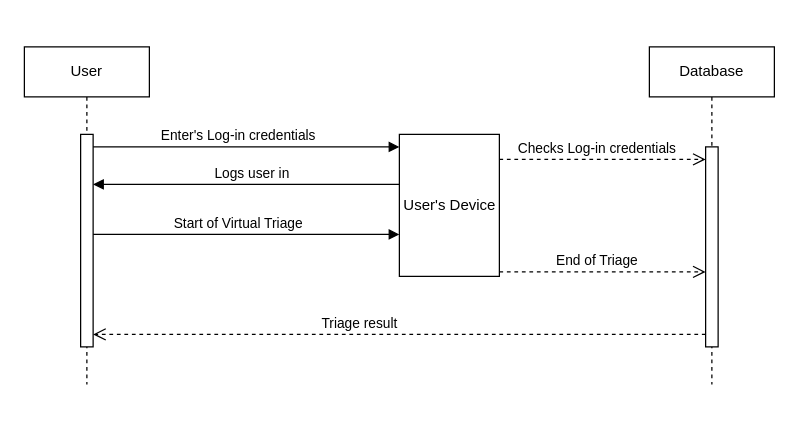
uvic-teach/project-m1-team8 keeps this draw.io diagram as Untitled Diagram.drawio. Above is the earlier version. Source tidied: cells renumbered, new cells numbered last; positions are measured from the earlier drawing's top-left corner, leaving out a move shared by most shapes. Both pictures are drawn from the tidied source at 125%, with x=0, y=0 at pixel (24, 46).
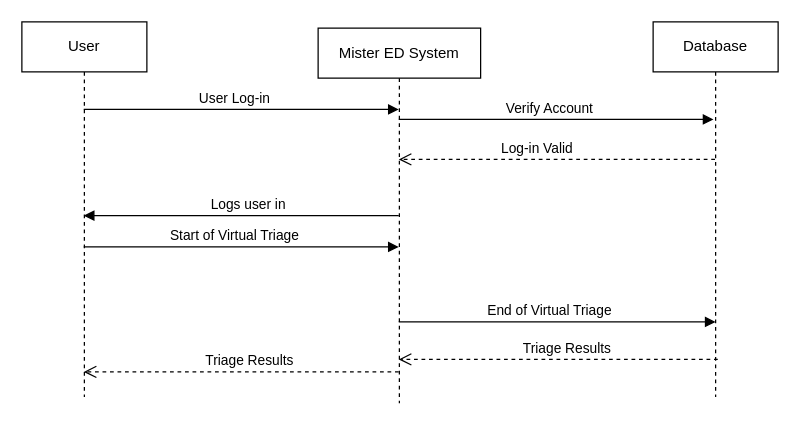
The same page after the edit.

The edit, as a diff of the source:
```diff
@@
-    <mxCell id="2" value="User" style="shape=umlLifeline;perimeter=lifelinePerimeter;whiteSpace=wrap;html=1;outlineConnect=0;portConstraint=eastwest;newEdgeStyle={&quot;edgeStyle&quot;:&quot;elbowEdgeStyle&quot;,&quot;elbow&quot;:&quot;vertical&quot;,&quot;curved&quot;:0,&quot;rounded&quot;:0};" parent="1" vertex="1">
-      <mxGeometry width="100" height="270" as="geometry" />
-    </mxCell>
-    <mxCell id="3" style="html=1;points=[];perimeter=orthogonalPerimeter;outlineConnect=0;targetShapes=umlLifeline;portConstraint=eastwest;newEdgeStyle={&quot;edgeStyle&quot;:&quot;elbowEdgeStyle&quot;,&quot;elbow&quot;:&quot;vertical&quot;,&quot;curved&quot;:0,&quot;rounded&quot;:0};" parent="2" vertex="1">
-      <mxGeometry x="45" y="70" width="10" height="170" as="geometry" />
-    </mxCell>
-    <mxCell id="4" value="Database" style="shape=umlLifeline;perimeter=lifelinePerimeter;whiteSpace=wrap;html=1;outlineConnect=0;portConstraint=eastwest;newEdgeStyle={&quot;edgeStyle&quot;:&quot;elbowEdgeStyle&quot;,&quot;elbow&quot;:&quot;vertical&quot;,&quot;curved&quot;:0,&quot;rounded&quot;:0};" parent="1" vertex="1">
-      <mxGeometry x="500" width="100" height="270" as="geometry" />
-    </mxCell>
-    <mxCell id="5" style="html=1;points=[];perimeter=orthogonalPerimeter;outlineConnect=0;targetShapes=umlLifeline;portConstraint=eastwest;newEdgeStyle={&quot;edgeStyle&quot;:&quot;elbowEdgeStyle&quot;,&quot;elbow&quot;:&quot;vertical&quot;,&quot;curved&quot;:0,&quot;rounded&quot;:0};" parent="4" vertex="1">
-      <mxGeometry x="45" y="80" width="10" height="160" as="geometry" />
-    </mxCell>
-    <mxCell id="6" value="Enter's Log-in credentials" style="html=1;verticalAlign=bottom;endArrow=block;edgeStyle=elbowEdgeStyle;elbow=vertical;curved=0;rounded=0;" parent="1" edge="1" source="3" target="10">
+    <mxCell id="6" value="User Log-in" style="html=1;verticalAlign=bottom;endArrow=block;edgeStyle=elbowEdgeStyle;elbow=vertical;curved=0;rounded=0;" parent="1" edge="1" source="2" target="13">
       <mxGeometry x="-0.05" relative="1" as="geometry">
         <Array as="points">
-          <mxPoint x="160" y="80" />
+          <mxPoint x="128" y="50" />
         </Array>
       </mxGeometry>
     </mxCell>
-    <mxCell id="7" value="Triage result" style="html=1;verticalAlign=bottom;endArrow=open;dashed=1;endSize=8;edgeStyle=elbowEdgeStyle;elbow=vertical;curved=0;rounded=0;" parent="1" edge="1" source="5" target="3">
+    <mxCell id="7" value="Log-in Valid" style="html=1;verticalAlign=bottom;endArrow=open;dashed=1;endSize=8;edgeStyle=elbowEdgeStyle;elbow=vertical;curved=0;rounded=0;" parent="1" edge="1" source="4" target="13">
       <mxGeometry x="0.13" relative="1" as="geometry">
         <Array as="points">
-          <mxPoint x="280" y="230" />
+          <mxPoint x="498" y="90" />
         </Array>
       </mxGeometry>
     </mxCell>
-    <mxCell id="8" value="Logs user in" style="html=1;verticalAlign=bottom;endArrow=block;edgeStyle=elbowEdgeStyle;elbow=vertical;curved=0;rounded=0;" parent="1" edge="1" source="10" target="3">
+    <mxCell id="8" value="Logs user in" style="html=1;verticalAlign=bottom;endArrow=block;edgeStyle=elbowEdgeStyle;elbow=vertical;curved=0;rounded=0;" parent="1" edge="1" source="13" target="2">
       <mxGeometry x="-0.04" relative="1" as="geometry">
         <Array as="points">
-          <mxPoint x="200" y="110" />
+          <mxPoint x="248" y="105" />
         </Array>
       </mxGeometry>
     </mxCell>
-    <mxCell id="9" value="End of Triage" style="html=1;verticalAlign=bottom;endArrow=open;dashed=1;endSize=8;edgeStyle=elbowEdgeStyle;elbow=vertical;curved=0;rounded=0;" parent="1" edge="1" source="10" target="5">
+    <mxCell id="9" value="Triage Results" style="html=1;verticalAlign=bottom;endArrow=open;dashed=1;endSize=8;edgeStyle=elbowEdgeStyle;elbow=vertical;curved=0;rounded=0;exitX=0.517;exitY=0.9;exitDx=0;exitDy=0;exitPerimeter=0;" parent="1" edge="1" source="4" target="13">
       <mxGeometry x="-0.05" relative="1" as="geometry">
         <Array as="points">
-          <mxPoint x="390" y="180" />
-          <mxPoint x="260" y="220" />
+          <mxPoint x="333" y="250" />
+          <mxPoint x="203" y="290" />
         </Array>
       </mxGeometry>
     </mxCell>
-    <mxCell id="10" value="User's Device" style="html=1;points=[];perimeter=orthogonalPerimeter;outlineConnect=0;targetShapes=umlLifeline;portConstraint=eastwest;newEdgeStyle={&quot;edgeStyle&quot;:&quot;elbowEdgeStyle&quot;,&quot;elbow&quot;:&quot;vertical&quot;,&quot;curved&quot;:0,&quot;rounded&quot;:0};" parent="1" vertex="1">
-      <mxGeometry x="300" y="70" width="80" height="113.6" as="geometry" />
-    </mxCell>
-    <mxCell id="11" value="Checks Log-in credentials" style="html=1;verticalAlign=bottom;endArrow=open;dashed=1;endSize=8;edgeStyle=elbowEdgeStyle;elbow=vertical;curved=0;rounded=0;" parent="1" edge="1">
-      <mxGeometry x="-0.05" relative="1" as="geometry">
-        <mxPoint x="380" y="90" as="sourcePoint" />
-        <mxPoint x="545" y="90" as="targetPoint" />
-        <Array as="points">
-          <mxPoint x="390" y="90" />
-          <mxPoint x="260" y="130" />
-        </Array>
-      </mxGeometry>
-    </mxCell>
-    <mxCell id="12" value="Start of Virtual Triage" style="html=1;verticalAlign=bottom;endArrow=block;edgeStyle=elbowEdgeStyle;elbow=vertical;curved=0;rounded=0;" parent="1" edge="1">
+    <mxCell id="12" value="Start of Virtual Triage" style="html=1;verticalAlign=bottom;endArrow=block;edgeStyle=elbowEdgeStyle;elbow=vertical;curved=0;rounded=0;" parent="1" edge="1" source="2" target="13">
       <mxGeometry x="-0.05" relative="1" as="geometry">
-        <mxPoint x="55" y="150" as="sourcePoint" />
-        <mxPoint x="300" y="150" as="targetPoint" />
         <Array as="points">
-          <mxPoint x="160" y="150" />
+          <mxPoint x="138" y="160" />
         </Array>
       </mxGeometry>
     </mxCell>
+    <mxCell id="13" value="Mister ED System" style="shape=umlLifeline;perimeter=lifelinePerimeter;whiteSpace=wrap;html=1;outlineConnect=0;portConstraint=eastwest;newEdgeStyle={&quot;edgeStyle&quot;:&quot;elbowEdgeStyle&quot;,&quot;elbow&quot;:&quot;vertical&quot;,&quot;curved&quot;:0,&quot;rounded&quot;:0};" parent="1" vertex="1">
+      <mxGeometry x="235" y="-15" width="130" height="300" as="geometry" />
+    </mxCell>
+    <mxCell id="2" value="User" style="shape=umlLifeline;perimeter=lifelinePerimeter;whiteSpace=wrap;html=1;outlineConnect=0;portConstraint=eastwest;newEdgeStyle={&quot;edgeStyle&quot;:&quot;elbowEdgeStyle&quot;,&quot;elbow&quot;:&quot;vertical&quot;,&quot;curved&quot;:0,&quot;rounded&quot;:0};" parent="1" vertex="1">
+      <mxGeometry x="-2" y="-20" width="100" height="300" as="geometry" />
+    </mxCell>
+    <mxCell id="4" value="Database" style="shape=umlLifeline;perimeter=lifelinePerimeter;whiteSpace=wrap;html=1;outlineConnect=0;portConstraint=eastwest;newEdgeStyle={&quot;edgeStyle&quot;:&quot;elbowEdgeStyle&quot;,&quot;elbow&quot;:&quot;vertical&quot;,&quot;curved&quot;:0,&quot;rounded&quot;:0};" parent="1" vertex="1">
+      <mxGeometry x="503" y="-20" width="100" height="300" as="geometry" />
+    </mxCell>
+    <mxCell id="14" value="Verify Account" style="html=1;verticalAlign=bottom;endArrow=block;edgeStyle=elbowEdgeStyle;elbow=vertical;curved=0;rounded=0;entryX=0.483;entryY=0.26;entryDx=0;entryDy=0;entryPerimeter=0;" parent="1" edge="1" source="13" target="4">
+      <mxGeometry x="-0.05" relative="1" as="geometry">
+        <Array as="points">
+          <mxPoint x="503" y="58" />
+        </Array>
+      </mxGeometry>
+    </mxCell>
+    <mxCell id="15" value="End of Virtual Triage" style="html=1;verticalAlign=bottom;endArrow=block;edgeStyle=elbowEdgeStyle;elbow=vertical;curved=0;rounded=0;" parent="1" edge="1" source="13">
+      <mxGeometry x="-0.05" relative="1" as="geometry">
+        <mxPoint x="553" y="220" as="targetPoint" />
+        <Array as="points">
+          <mxPoint x="398" y="220" />
+        </Array>
+      </mxGeometry>
+    </mxCell>
+    <mxCell id="16" value="Triage Results" style="html=1;verticalAlign=bottom;endArrow=open;dashed=1;endSize=8;edgeStyle=elbowEdgeStyle;elbow=vertical;curved=0;rounded=0;" parent="1" edge="1" source="13" target="2">
+      <mxGeometry x="-0.05" relative="1" as="geometry">
+        <Array as="points">
+          <mxPoint x="114" y="260" />
+          <mxPoint x="-16" y="300" />
+        </Array>
+      </mxGeometry>
+    </mxCell>
```
